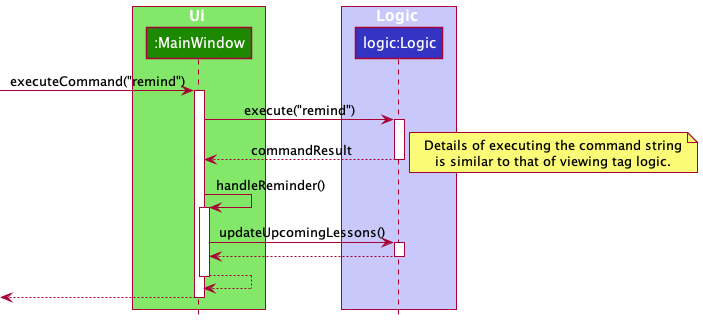
Earlier version of the PlantUML export docs/images/ReminderSequenceDiagram.png (nus-cs2103-AY2122S1/tp). The source it was exported from:
```plantuml
@startuml
!include style.puml

box Ui UI_COLOR_T1
participant ":MainWindow" as MainWindow UI_COLOR
end box

box Logic LOGIC_COLOR_T1
participant "logic:Logic" as Logic LOGIC_COLOR
end box

[-> MainWindow : executeCommand("remind")
activate MainWindow

MainWindow -> Logic : execute("remind")
activate Logic

Logic --> MainWindow : commandResult
deactivate Logic

note right
Details of executing the command string
is similar to that of viewing tag logic.
end note

MainWindow -> MainWindow : handleReminder()
activate MainWindow

MainWindow -> Logic : updateUpcomingLessons()
activate Logic

Logic --> MainWindow
deactivate Logic

MainWindow --> MainWindow
deactivate MainWindow

[<-- MainWindow
deactivate MainWindow

@enduml
```
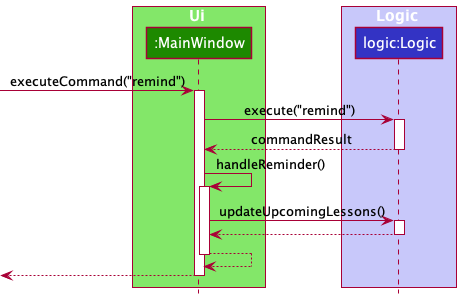
Above is the later version.

The edit, as a diff of the source:
```diff
@@ -18,11 +18,6 @@
 Logic --> MainWindow : commandResult
 deactivate Logic
 
-note right
-Details of executing the command string
-is similar to that of viewing tag logic.
-end note
-
 MainWindow -> MainWindow : handleReminder()
 activate MainWindow
 
```
